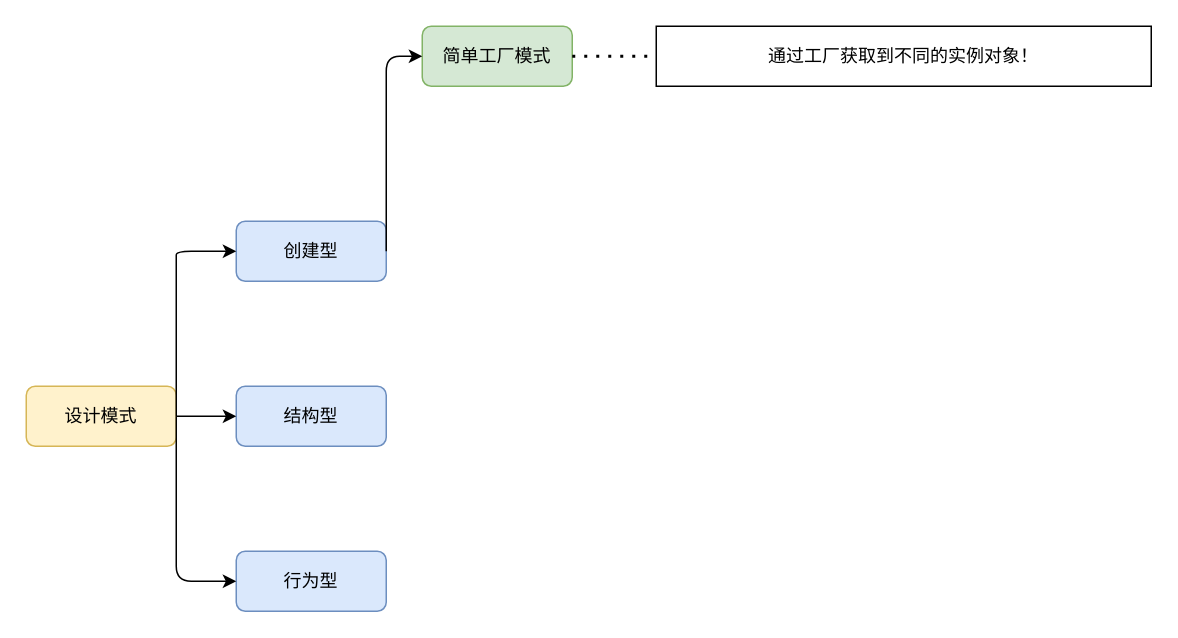
Above: sxt/未命名绘图.drawio in Job178-718/SunTool (draw.io), before the change. Source tidied: cells renumbered, new cells numbered last; positions are measured from the earlier drawing's top-left corner, leaving out a move shared by most shapes. Both pictures are drawn from the tidied source at 150%, with x=0, y=0 at pixel (26, 26).
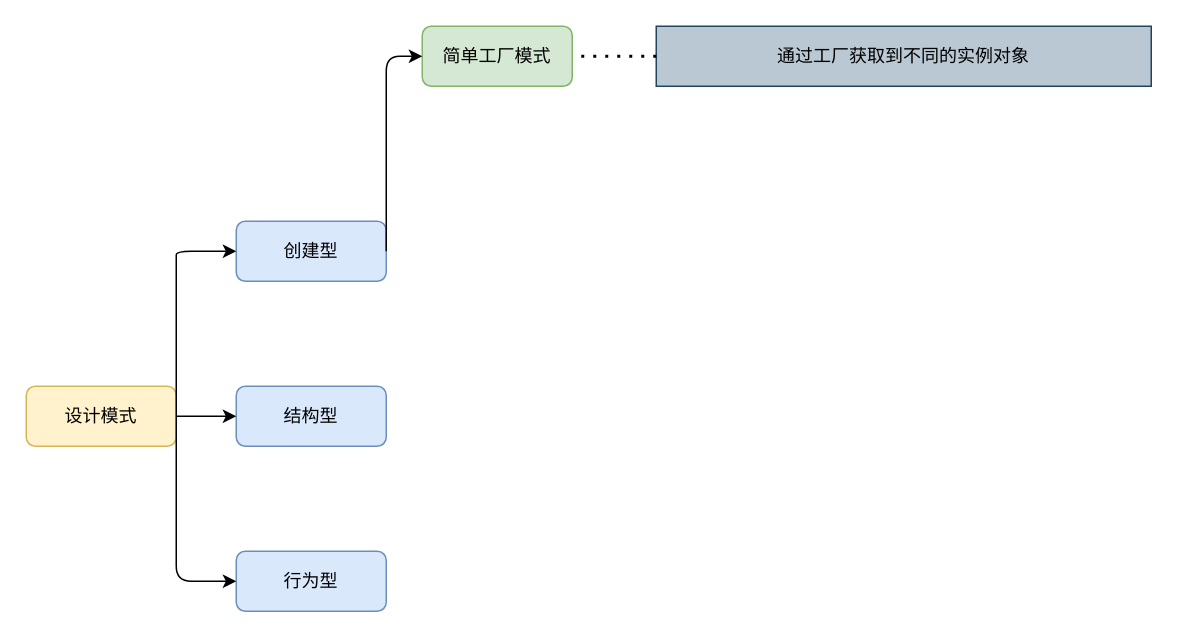
Above is the later version.

Commit message:
更新未命名绘图.drawio

The edit, as a diff of the source:
```diff
@@
 <mxGraphModel>
   <root>
     <mxCell id="0" />
     <mxCell id="1" parent="0" />
     <mxCell id="2" value="设计模式" style="rounded=1;whiteSpace=wrap;html=1;fillColor=#fff2cc;strokeColor=#d6b656;" parent="1" vertex="1">
       <mxGeometry y="240" width="100" height="40" as="geometry" />
     </mxCell>
     <mxCell id="3" value="创建型" style="rounded=1;whiteSpace=wrap;html=1;fillColor=#dae8fc;strokeColor=#6c8ebf;" parent="1" vertex="1">
       <mxGeometry x="140" y="130" width="100" height="40" as="geometry" />
     </mxCell>
     <mxCell id="4" value="结构型" style="rounded=1;whiteSpace=wrap;html=1;fillColor=#dae8fc;strokeColor=#6c8ebf;" parent="1" vertex="1">
       <mxGeometry x="140" y="240" width="100" height="40" as="geometry" />
     </mxCell>
     <mxCell id="5" value="行为型" style="rounded=1;whiteSpace=wrap;html=1;fillColor=#dae8fc;strokeColor=#6c8ebf;" parent="1" vertex="1">
       <mxGeometry x="140" y="350" width="100" height="40" as="geometry" />
     </mxCell>
     <mxCell id="6" style="endArrow=classic;html=1;rounded=0;exitX=1;exitY=0.5;exitDx=0;exitDy=0;entryX=0;entryY=0.5;entryDx=0;entryDy=0;" parent="1" edge="1" source="2" target="4">
       <mxGeometry relative="1" as="geometry" />
     </mxCell>
     <mxCell id="7" style="endArrow=classic;html=1;rounded=1;exitX=1;exitY=0.5;exitDx=0;exitDy=0;" parent="1" edge="1" source="2" target="3">
       <mxGeometry relative="1" as="geometry">
         <Array as="points">
           <mxPoint x="100" y="160" />
           <mxPoint x="100" y="150" />
         </Array>
       </mxGeometry>
     </mxCell>
     <mxCell id="8" style="endArrow=classic;html=1;rounded=1;" parent="1" edge="1">
       <mxGeometry relative="1" as="geometry">
         <mxPoint x="100" y="260" as="sourcePoint" />
         <mxPoint x="140" y="370" as="targetPoint" />
         <Array as="points">
           <mxPoint x="100" y="370" />
           <mxPoint x="140" y="370" />
         </Array>
       </mxGeometry>
     </mxCell>
     <mxCell id="9" value="简单工厂模式" style="rounded=1;whiteSpace=wrap;html=1;fillColor=#d5e8d4;strokeColor=#82b366;" parent="1" vertex="1">
       <mxGeometry x="264" width="100" height="40" as="geometry" />
     </mxCell>
     <mxCell id="10" style="endArrow=classic;html=1;rounded=1;exitX=1;exitY=0.5;exitDx=0;exitDy=0;entryX=0;entryY=0.5;entryDx=0;entryDy=0;" parent="1" edge="1" source="3" target="9">
       <mxGeometry relative="1" as="geometry">
         <Array as="points">
           <mxPoint x="240" y="100" />
           <mxPoint x="240" y="20" />
         </Array>
       </mxGeometry>
     </mxCell>
-    <mxCell id="11" value="通过工厂获取到不同的实例对象！" style="rounded=0;whiteSpace=wrap;html=1;" parent="1" vertex="1">
+    <mxCell id="11" value="通过工厂获取到不同的实例对象" style="rounded=0;whiteSpace=wrap;html=1;fillColor=#bac8d3;strokeColor=#23445d;" parent="1" vertex="1">
       <mxGeometry x="420" width="330" height="40" as="geometry" />
     </mxCell>
-    <mxCell id="12" style="endArrow=none;dashed=1;html=1;dashPattern=1 3;strokeWidth=2;rounded=1;entryX=0;entryY=0.5;entryDx=0;entryDy=0;exitX=1;exitY=0.5;exitDx=0;exitDy=0;" parent="1" edge="1" source="9" target="11">
-      <mxGeometry relative="1" as="geometry" />
-    </mxCell>
+    <mxCell id="13" style="endArrow=none;dashed=1;html=1;dashPattern=1 3;strokeWidth=2;rounded=0;entryX=1;entryY=0.5;entryDx=0;entryDy=0;exitX=0;exitY=0.5;exitDx=0;exitDy=0;" parent="1" edge="1" source="11" target="9">
+      <mxGeometry relative="1" as="geometry" />
+    </mxCell>
   </root>
 </mxGraphModel>
```
